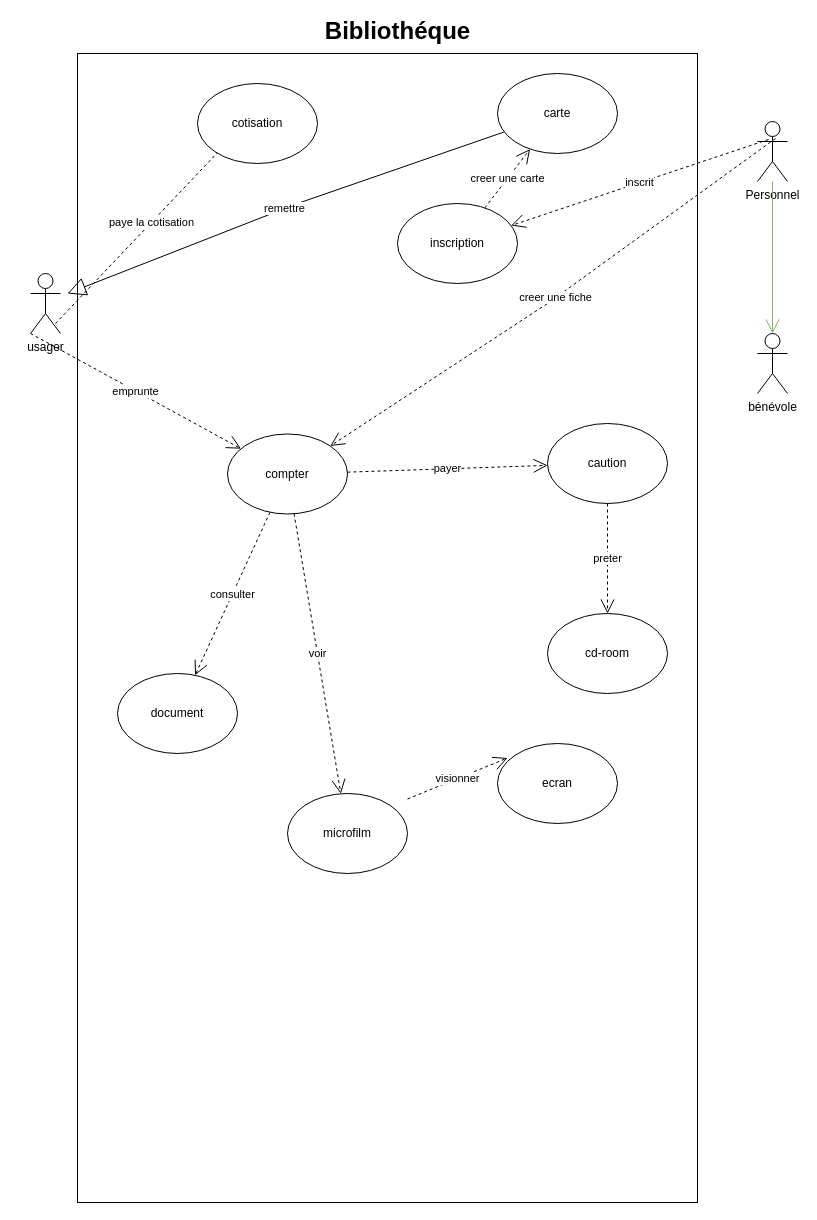
Above: maquetter_une_application/UML_Partie_1/cas_d_utilisation_mediatheque.drawio in Rustam0-0/cda (draw.io), before the change. Source tidied: cells renumbered, new cells numbered last; positions are measured from the earlier drawing's top-left corner, leaving out a move shared by most shapes. Both pictures are drawn from the tidied source at 100%, with x=0, y=0 at pixel (30, 21).
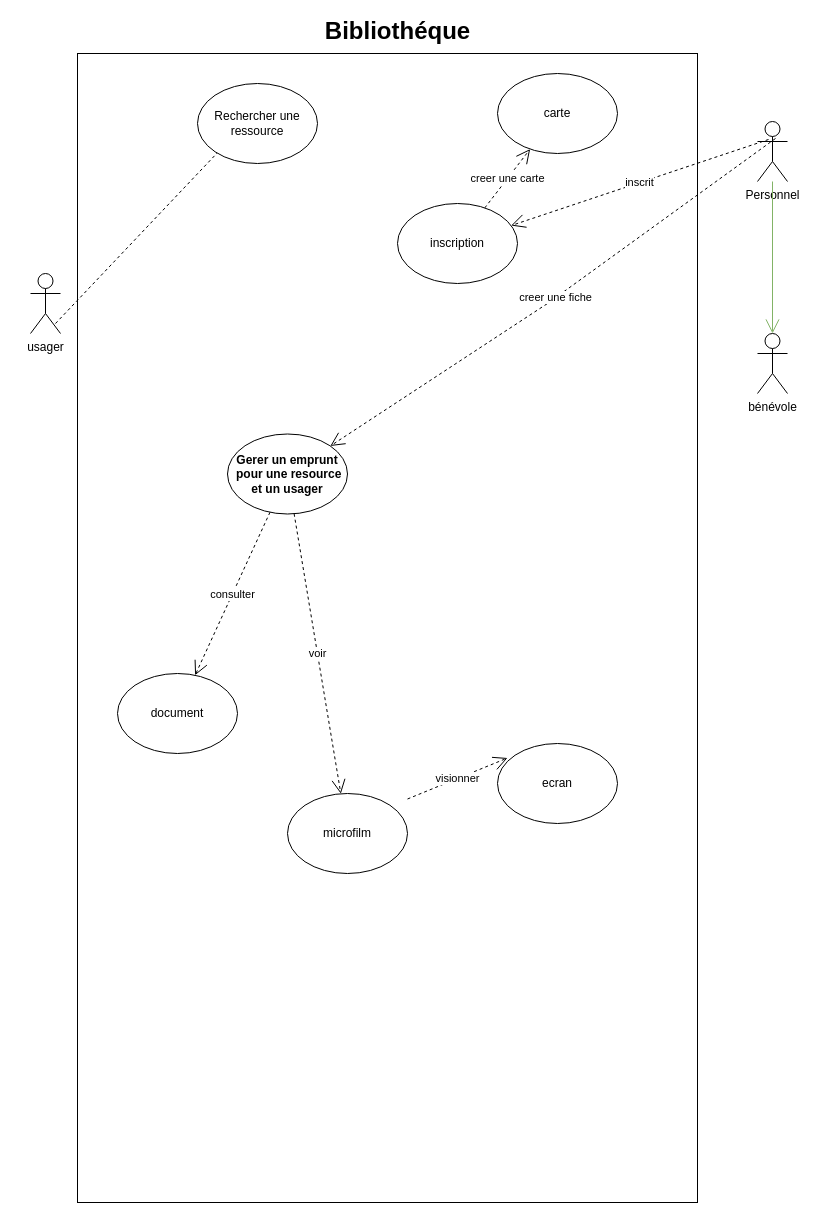
After the change.

The change refers to these unchanged cells:
```xml
<mxCell id="4" value="usager" style="shape=umlActor;verticalLabelPosition=bottom;verticalAlign=top;html=1;outlineConnect=0;" parent="1" vertex="1">
  <mxGeometry y="252" width="30" height="60" as="geometry" />
</mxCell>
<mxCell id="19" value="carte" style="ellipse;whiteSpace=wrap;html=1;" parent="1" vertex="1">
  <mxGeometry x="467" y="52" width="120" height="80" as="geometry" />
</mxCell>
```

The edit, as a diff of the source:
```diff
@@
-    <mxCell id="9" value="paye la cotisation" style="endArrow=open;endSize=12;dashed=1;html=1;rounded=0;" parent="1" edge="1">
+    <mxCell id="9" style="endArrow=open;endSize=12;dashed=1;html=1;rounded=0;" parent="1" edge="1">
       <mxGeometry relative="1" as="geometry">
         <mxPoint x="25" y="302" as="sourcePoint" />
         <mxPoint x="215.6" y="101" as="targetPoint" />
       </mxGeometry>
     </mxCell>
-    <mxCell id="10" value="emprunte" style="endArrow=open;endSize=12;dashed=1;html=1;rounded=0;exitX=0;exitY=1;exitDx=0;exitDy=0;exitPerimeter=0;" parent="1" edge="1" source="4" target="25">
-      <mxGeometry relative="1" as="geometry" />
-    </mxCell>
-    <mxCell id="11" value="caution" style="ellipse;whiteSpace=wrap;html=1;shadow=0;" parent="1" vertex="1">
-      <mxGeometry x="517" y="402" width="120" height="80" as="geometry" />
-    </mxCell>
-    <mxCell id="12" value="preter" style="endArrow=open;endSize=12;dashed=1;html=1;rounded=0;" parent="1" edge="1" source="11" target="21">
-      <mxGeometry relative="1" as="geometry" />
-    </mxCell>
-    <mxCell id="13" value="payer" style="endArrow=open;endSize=12;dashed=1;html=1;rounded=0;" parent="1" edge="1" source="25" target="11">
-      <mxGeometry relative="1" as="geometry" />
-    </mxCell>
@@
-    <mxCell id="17" value="remettre" style="endArrow=block;endSize=16;endFill=0;html=1;rounded=0;" parent="1" edge="1" source="19">
-      <mxGeometry relative="1" as="geometry">
-        <mxPoint x="37" y="272" as="targetPoint" />
-        <Array as="points">
-          <mxPoint x="267" y="182" />
-        </Array>
-      </mxGeometry>
-    </mxCell>
-    <mxCell id="18" value="cotisation" style="ellipse;whiteSpace=wrap;html=1;" parent="1" vertex="1">
+    <mxCell id="18" value="Rechercher une ressource" style="ellipse;whiteSpace=wrap;html=1;" parent="1" vertex="1">
       <mxGeometry x="167" y="62" width="120" height="80" as="geometry" />
     </mxCell>
@@
-    <mxCell id="21" value="cd-room" style="ellipse;whiteSpace=wrap;html=1;" parent="1" vertex="1">
-      <mxGeometry x="517" y="592" width="120" height="80" as="geometry" />
-    </mxCell>
@@
-    <mxCell id="25" value="compter" style="ellipse;whiteSpace=wrap;html=1;" parent="1" vertex="1">
+    <mxCell id="25" value="Gerer un emprunt&lt;br&gt;&amp;nbsp;pour une resource et un usager" style="ellipse;whiteSpace=wrap;html=1;fontStyle=1;" parent="1" vertex="1">
       <mxGeometry x="197" y="412.5" width="120" height="80" as="geometry" />
     </mxCell>
```
